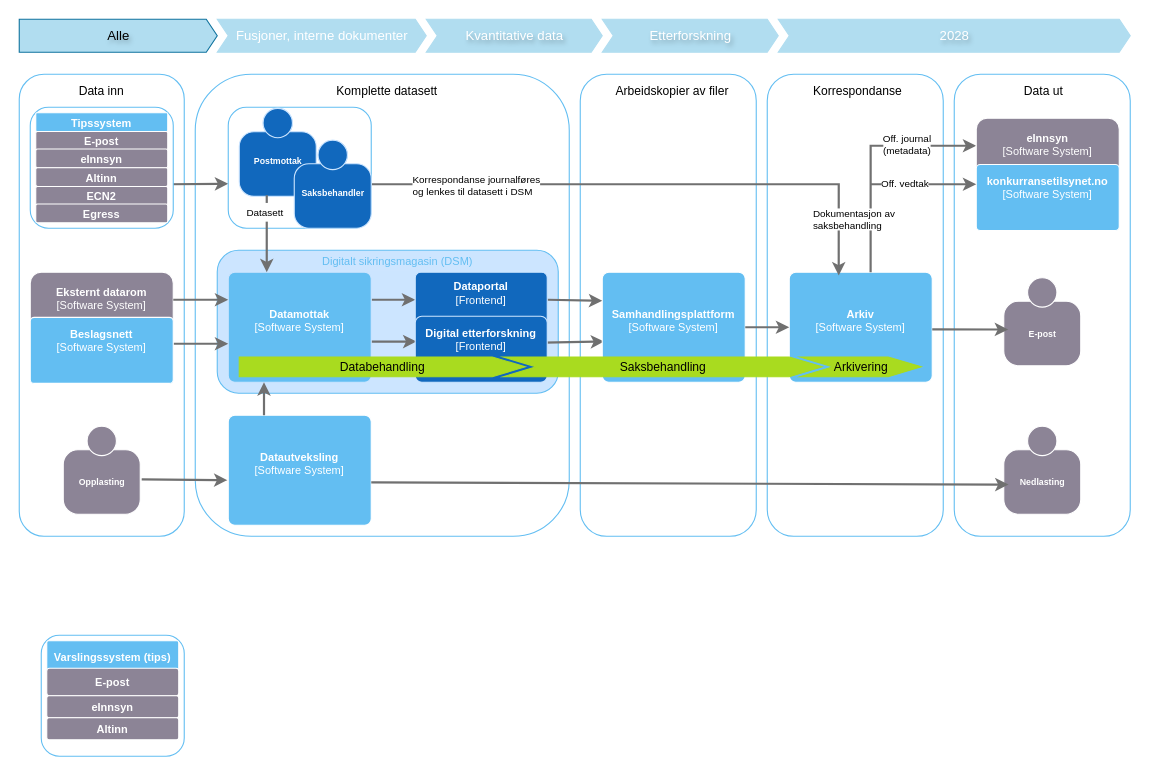
Earlier version of the draw.io diagram page "2026 Alle" (1 of 8) of dataflyt.drawio (mortenee/draw.io). Source tidied: cells renumbered, new cells numbered last; positions are measured from the earlier drawing's top-left corner, leaving out a move shared by most shapes. Both pictures are drawn from the tidied source at 110%, with x=0, y=0 at pixel (19, 19).
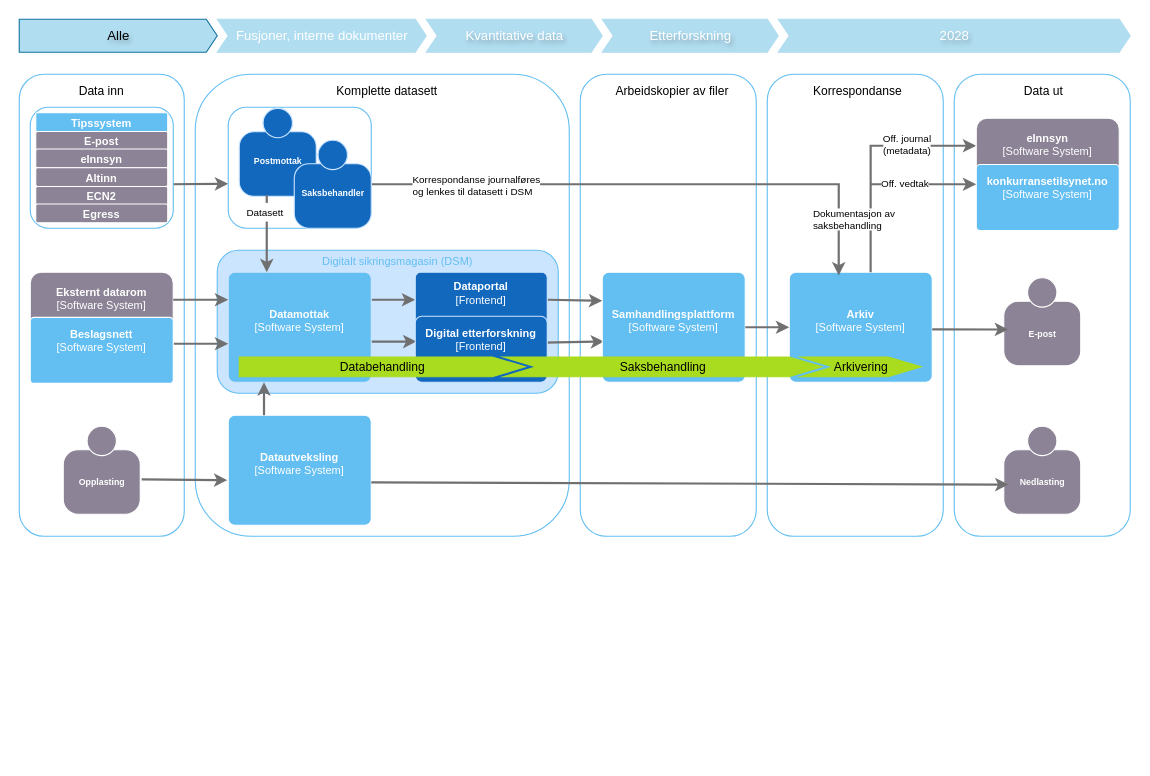
Above is the later version.

Change to the diagram source:
```diff
@@
-    <mxCell id="66" style="rounded=1;whiteSpace=wrap;html=1;labelBorderColor=none;shadow=0;strokeColor=#63BEF2;" parent="1" vertex="1">
-      <mxGeometry x="20" y="560" width="130" height="110" as="geometry" />
-    </mxCell>
-    <object id="67" label="&lt;b&gt;%c4Name%&lt;/b&gt;&lt;div&gt;%c4Description%&lt;/div&gt;" c4Description="" c4Name="Varslingssystem (tips)" placeholders="1">
-      <mxCell style="rounded=1;whiteSpace=wrap;html=1;labelBackgroundColor=none;fillColor=#63BEF2;fontColor=#ffffff;align=center;arcSize=6;strokeColor=#FFFFFF;spacingBottom=0;fontSize=10;verticalAlign=middle;fontFamily=Helvetica;" parent="1" vertex="1">
-        <mxGeometry x="25" y="565" width="120" height="30" as="geometry" />
-      </mxCell>
-    </object>
-    <object id="68" label="&lt;b&gt;%c4Name%&lt;/b&gt;&lt;div&gt;%c4Description%&lt;/div&gt;" c4Description="" c4Name="E-post" placeholders="1">
-      <mxCell style="rounded=1;whiteSpace=wrap;html=1;labelBackgroundColor=none;fillColor=#8C8496;fontColor=#ffffff;align=center;arcSize=10;strokeColor=#FFFFFF;spacingBottom=0;fontSize=10;" parent="1" vertex="1">
-        <mxGeometry x="25" y="590" width="120" height="25" as="geometry" />
-      </mxCell>
-    </object>
-    <object id="69" label="&lt;b&gt;%c4Name%&lt;/b&gt;&lt;div&gt;%c4Description%&lt;/div&gt;" c4Description="" c4Name="eInnsyn" placeholders="1">
-      <mxCell style="rounded=1;whiteSpace=wrap;html=1;labelBackgroundColor=none;fillColor=#8C8496;fontColor=#ffffff;align=center;arcSize=10;strokeColor=#FFFFFF;spacingBottom=0;fontSize=10;" parent="1" vertex="1">
-        <mxGeometry x="25" y="615" width="120" height="20" as="geometry" />
-      </mxCell>
-    </object>
-    <object id="70" label="&lt;b&gt;%c4Name%&lt;/b&gt;&lt;div&gt;%c4Description%&lt;/div&gt;" c4Description="" c4Name="Altinn" placeholders="1">
-      <mxCell style="rounded=1;whiteSpace=wrap;html=1;labelBackgroundColor=none;fillColor=#8C8496;fontColor=#ffffff;align=center;arcSize=10;strokeColor=#FFFFFF;verticalAlign=middle;fontFamily=Helvetica;fontSize=10;spacingBottom=0;" parent="1" vertex="1">
-        <mxGeometry x="25" y="635" width="120" height="20" as="geometry" />
-      </mxCell>
-    </object>
```
